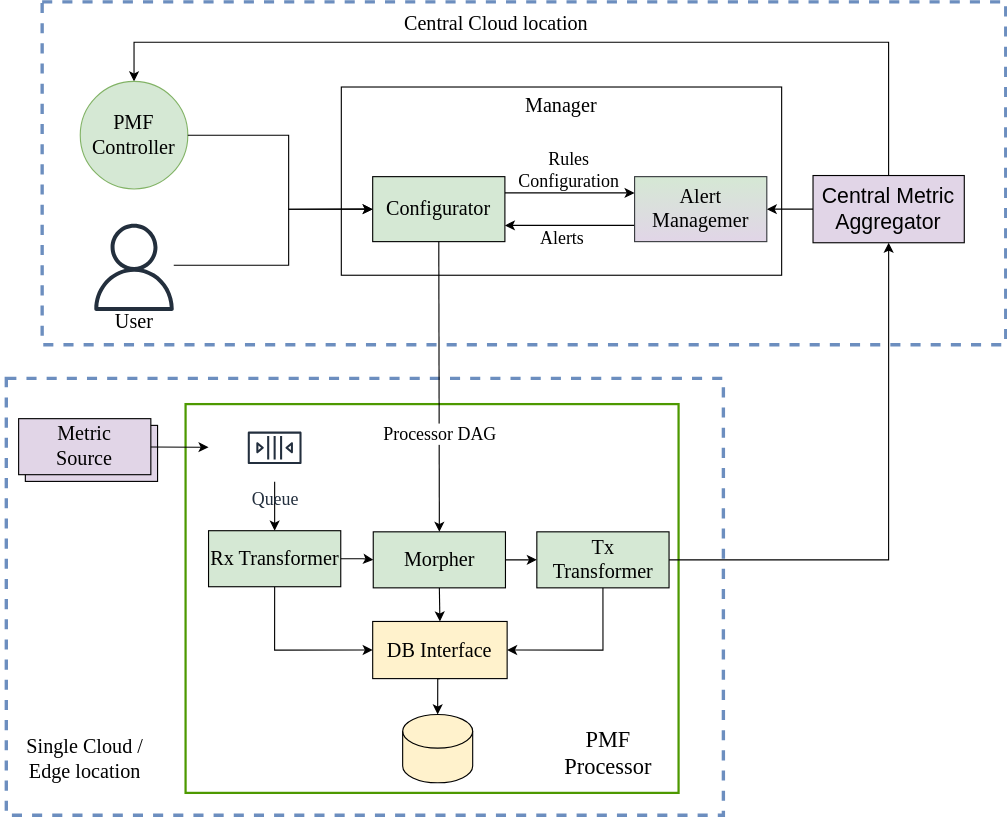
This is docs/images/architecture.svg from observ-vol-mgt/observ-vol-mgt, a draw.io export, as it was before one commit. Source tidied: cells renumbered, new cells last; positions are measured from the earlier drawing's top-left corner, leaving out a move shared by most shapes. The source it was exported from:
```xml
<mxGraphModel>
  <root>
    <mxCell id="0" />
    <mxCell id="1" parent="0" />
    <mxCell id="2" style="whiteSpace=wrap;html=1;dashed=1;fontFamily=Verdana;strokeColor=#6c8ebf;strokeWidth=3;fillColor=none;" parent="1" vertex="1">
      <mxGeometry x="37" width="860" height="306" as="geometry" />
    </mxCell>
    <mxCell id="3" style="whiteSpace=wrap;html=1;dashed=1;fontFamily=Verdana;strokeColor=#6c8ebf;strokeWidth=3;fillColor=none;" parent="1" vertex="1">
      <mxGeometry x="5" y="336" width="640" height="390" as="geometry" />
    </mxCell>
    <mxCell id="4" value="&lt;div style=&quot;font-size: 16px;&quot;&gt;Metric&lt;/div&gt;&lt;div style=&quot;font-size: 16px;&quot;&gt;Source&lt;br style=&quot;font-size: 16px;&quot;&gt;&lt;/div&gt;" style="rounded=0;whiteSpace=wrap;html=1;fillColor=#e1d5e7;strokeColor=#000000;fontSize=16;fontFamily=Verdana;" parent="1" vertex="1">
      <mxGeometry x="22" y="378" width="118" height="50" as="geometry" />
    </mxCell>
    <mxCell id="5" value="&lt;div style=&quot;font-size: 18px;&quot;&gt;Metric&lt;/div&gt;&lt;div style=&quot;font-size: 18px;&quot;&gt;Source&lt;br style=&quot;font-size: 18px;&quot;&gt;&lt;/div&gt;" style="rounded=0;whiteSpace=wrap;html=1;fillColor=#e1d5e7;strokeColor=#000000;fontSize=18;fontFamily=Verdana;" parent="1" vertex="1">
      <mxGeometry x="16" y="372" width="118" height="50" as="geometry" />
    </mxCell>
    <mxCell id="6" style="edgeStyle=orthogonalEdgeStyle;rounded=0;jettySize=auto;html=1;entryX=0.5;entryY=0;entryDx=0;entryDy=0;" parent="1" edge="1" source="7" target="22">
      <mxGeometry relative="1" as="geometry">
        <Array as="points">
          <mxPoint x="793" y="36" />
          <mxPoint x="119" y="36" />
        </Array>
      </mxGeometry>
    </mxCell>
    <mxCell id="7" value="&lt;div style=&quot;font-size: 19px;&quot;&gt;Central Metric&lt;/div&gt;&lt;div style=&quot;font-size: 19px;&quot;&gt;Aggregator&lt;/div&gt;" style="rounded=0;whiteSpace=wrap;html=1;align=center;fillColor=#e1d5e7;strokeColor=#000000;fontSize=19;" parent="1" vertex="1">
      <mxGeometry x="725" y="155" width="135" height="60" as="geometry" />
    </mxCell>
    <mxCell id="8" style="rounded=0;whiteSpace=wrap;html=1;fontSize=15;fontFamily=Verdana;strokeColor=#4D9900;strokeWidth=2;" parent="1" vertex="1">
      <mxGeometry x="165" y="359" width="440" height="347" as="geometry" />
    </mxCell>
    <mxCell id="9" style="edgeStyle=orthogonalEdgeStyle;rounded=0;jettySize=auto;html=1;entryX=0.5;entryY=0;entryDx=0;entryDy=0;fontSize=16;fontFamily=Verdana;" parent="1" edge="1" source="10" target="13">
      <mxGeometry relative="1" as="geometry" />
    </mxCell>
    <mxCell id="10" value="Queue" style="sketch=0;outlineConnect=0;fontColor=#232F3E;gradientColor=none;strokeColor=#232F3E;fillColor=#ffffff;dashed=0;verticalLabelPosition=bottom;verticalAlign=top;align=center;html=1;fontSize=16;fontStyle=0;shape=mxgraph.aws4.resourceIcon;resIcon=mxgraph.aws4.queue;fontFamily=Verdana;" parent="1" vertex="1">
      <mxGeometry x="214.5" y="368" width="60" height="60" as="geometry" />
    </mxCell>
    <mxCell id="11" style="edgeStyle=orthogonalEdgeStyle;rounded=0;jettySize=auto;html=1;exitX=0.5;exitY=1;exitDx=0;exitDy=0;entryX=0;entryY=0.5;entryDx=0;entryDy=0;fontSize=16;fontFamily=Verdana;" parent="1" edge="1" source="13" target="20">
      <mxGeometry relative="1" as="geometry" />
    </mxCell>
    <mxCell id="12" style="edgeStyle=orthogonalEdgeStyle;rounded=0;jettySize=auto;html=1;fontSize=16;fontFamily=Verdana;" parent="1" edge="1" source="13" target="17">
      <mxGeometry relative="1" as="geometry" />
    </mxCell>
    <mxCell id="13" value="&lt;div style=&quot;font-size: 18px;&quot;&gt;Rx Transformer&lt;/div&gt;" style="rounded=0;whiteSpace=wrap;html=1;fillColor=#d5e8d4;strokeColor=#000000;fontSize=18;fontFamily=Verdana;" parent="1" vertex="1">
      <mxGeometry x="185.5" y="472" width="118" height="50" as="geometry" />
    </mxCell>
    <mxCell id="14" style="rounded=0;jettySize=auto;html=1;exitX=1;exitY=0.5;exitDx=0;exitDy=0;entryX=0.5;entryY=1;entryDx=0;entryDy=0;fontSize=16;fontFamily=Verdana;edgeStyle=orthogonalEdgeStyle;" parent="1" edge="1" source="19" target="7">
      <mxGeometry relative="1" as="geometry" />
    </mxCell>
    <mxCell id="15" style="edgeStyle=orthogonalEdgeStyle;rounded=0;jettySize=auto;html=1;exitX=0.5;exitY=1;exitDx=0;exitDy=0;entryX=0.5;entryY=0;entryDx=0;entryDy=0;fontSize=16;fontFamily=Verdana;" parent="1" edge="1" source="17" target="20">
      <mxGeometry relative="1" as="geometry" />
    </mxCell>
    <mxCell id="16" style="edgeStyle=orthogonalEdgeStyle;rounded=0;jettySize=auto;html=1;fontSize=16;fontFamily=Verdana;" parent="1" edge="1" source="17" target="19">
      <mxGeometry relative="1" as="geometry" />
    </mxCell>
    <mxCell id="17" value="&lt;div style=&quot;font-size: 18px;&quot;&gt;Morpher&lt;br style=&quot;font-size: 18px;&quot;&gt;&lt;/div&gt;" style="rounded=0;whiteSpace=wrap;html=1;fillColor=#d5e8d4;strokeColor=#000000;fontSize=18;fontFamily=Verdana;" parent="1" vertex="1">
      <mxGeometry x="332.5" y="473" width="118" height="50" as="geometry" />
    </mxCell>
    <mxCell id="18" style="edgeStyle=orthogonalEdgeStyle;rounded=0;jettySize=auto;html=1;exitX=0.5;exitY=1;exitDx=0;exitDy=0;entryX=1;entryY=0.5;entryDx=0;entryDy=0;fontSize=16;fontFamily=Verdana;" parent="1" edge="1" source="19" target="20">
      <mxGeometry relative="1" as="geometry" />
    </mxCell>
    <mxCell id="19" value="Tx&lt;br&gt;Transformer" style="rounded=0;whiteSpace=wrap;html=1;fillColor=#d5e8d4;strokeColor=#000000;fontSize=18;fontFamily=Verdana;" parent="1" vertex="1">
      <mxGeometry x="478.5" y="473" width="118" height="50" as="geometry" />
    </mxCell>
    <mxCell id="20" value="&lt;div style=&quot;font-size: 18px;&quot;&gt;DB Interface&lt;br style=&quot;font-size: 18px;&quot;&gt;&lt;/div&gt;" style="rounded=0;whiteSpace=wrap;html=1;fillColor=#fff2cc;strokeColor=#000000;fontSize=18;fontFamily=Verdana;" parent="1" vertex="1">
      <mxGeometry x="332" y="553" width="120" height="51" as="geometry" />
    </mxCell>
    <mxCell id="21" style="shape=cylinder3;whiteSpace=wrap;html=1;boundedLbl=1;backgroundOutline=1;size=15;fillColor=#fff2cc;strokeColor=#000000;fontSize=15;fontFamily=Verdana;" parent="1" vertex="1">
      <mxGeometry x="358.8" y="636" width="62.5" height="61" as="geometry" />
    </mxCell>
    <mxCell id="22" value="&lt;div style=&quot;font-size: 18px;&quot;&gt;PMF&lt;/div&gt;&lt;div style=&quot;font-size: 18px;&quot;&gt;Controller&lt;br style=&quot;font-size: 18px;&quot;&gt;&lt;/div&gt;" style="ellipse;whiteSpace=wrap;html=1;fillColor=#d5e8d4;strokeColor=#82b366;fontSize=18;fontFamily=Verdana;" parent="1" vertex="1">
      <mxGeometry x="71" y="71" width="96" height="96" as="geometry" />
    </mxCell>
    <mxCell id="23" value="&lt;span style=&quot;font-size: 20px;&quot;&gt;&lt;font style=&quot;font-size: 20px;&quot;&gt;PMF&lt;br style=&quot;font-size: 20px;&quot;&gt;Processor&lt;br style=&quot;font-size: 20px;&quot;&gt;&lt;/font&gt;&lt;/span&gt;" style="text;html=1;align=center;verticalAlign=middle;strokeColor=none;fillColor=none;fontStyle=0;fontFamily=Verdana;fontSize=20;" parent="1" vertex="1">
      <mxGeometry x="482" y="640" width="120" height="60" as="geometry" />
    </mxCell>
    <mxCell id="24" value="&lt;div style=&quot;font-size: 18px;&quot;&gt;Single Cloud / &lt;br&gt;Edge&amp;nbsp;&lt;span style=&quot;background-color: initial;&quot;&gt;location&lt;/span&gt;&lt;/div&gt;" style="text;html=1;align=center;verticalAlign=middle;strokeColor=none;fillColor=none;fontSize=18;fontFamily=Verdana;" parent="1" vertex="1">
      <mxGeometry y="646" width="150" height="60" as="geometry" />
    </mxCell>
    <mxCell id="25" style="edgeStyle=orthogonalEdgeStyle;rounded=0;jettySize=auto;html=1;exitX=0.5;exitY=1;exitDx=0;exitDy=0;entryX=0.5;entryY=0;entryDx=0;entryDy=0;entryPerimeter=0;" parent="1" edge="1" source="20" target="21">
      <mxGeometry relative="1" as="geometry" />
    </mxCell>
    <mxCell id="26" value="&lt;font style=&quot;font-size: 18px;&quot;&gt;Manager&lt;/font&gt;" style="rounded=0;whiteSpace=wrap;html=1;fontSize=18;fontFamily=Verdana;verticalAlign=top;" parent="1" vertex="1">
      <mxGeometry x="304" y="76" width="393" height="168" as="geometry" />
    </mxCell>
    <mxCell id="27" style="edgeStyle=orthogonalEdgeStyle;rounded=0;jettySize=auto;html=1;entryX=0;entryY=0.25;entryDx=0;entryDy=0;exitX=1;exitY=0.25;exitDx=0;exitDy=0;" parent="1" edge="1" source="28" target="31">
      <mxGeometry relative="1" as="geometry" />
    </mxCell>
    <mxCell id="28" value="&lt;div style=&quot;font-size: 18px;&quot;&gt;Configurator&lt;br style=&quot;font-size: 18px;&quot;&gt;&lt;/div&gt;" style="rounded=0;whiteSpace=wrap;html=1;fillColor=#d5e8d4;strokeColor=#000000;fontSize=18;fontFamily=Verdana;" parent="1" vertex="1">
      <mxGeometry x="332" y="156" width="118" height="58" as="geometry" />
    </mxCell>
    <mxCell id="29" style="edgeStyle=orthogonalEdgeStyle;rounded=0;jettySize=auto;html=1;exitX=0;exitY=0.75;exitDx=0;exitDy=0;entryX=1;entryY=0.75;entryDx=0;entryDy=0;" parent="1" edge="1" source="31" target="28">
      <mxGeometry relative="1" as="geometry" />
    </mxCell>
    <mxCell id="30" style="rounded=0;jettySize=auto;html=1;exitX=1;exitY=0.5;exitDx=0;exitDy=0;entryX=0;entryY=0.5;entryDx=0;entryDy=0;startArrow=classic;startFill=1;endArrow=none;endFill=0;" parent="1" edge="1" source="31" target="7">
      <mxGeometry relative="1" as="geometry" />
    </mxCell>
    <mxCell id="31" value="&lt;div style=&quot;font-size: 18px;&quot;&gt;Alert Managemer&lt;br style=&quot;font-size: 18px;&quot;&gt;&lt;/div&gt;" style="rounded=0;whiteSpace=wrap;html=1;fillColor=#d5e8d4;strokeColor=#36393d;fontSize=18;fontFamily=Verdana;gradientColor=#e1d5e7;" parent="1" vertex="1">
      <mxGeometry x="565.8" y="156" width="118" height="58" as="geometry" />
    </mxCell>
    <mxCell id="32" style="group;" parent="1" vertex="1">
      <mxGeometry x="80" y="198" width="78" height="108" as="geometry" />
    </mxCell>
    <mxCell id="33" style="sketch=0;outlineConnect=0;fontColor=#232F3E;gradientColor=none;fillColor=#232F3D;strokeColor=none;dashed=0;verticalLabelPosition=bottom;verticalAlign=top;align=center;html=1;fontSize=16;fontStyle=0;shape=mxgraph.aws4.user;" parent="32" vertex="1">
      <mxGeometry width="78" height="78" as="geometry" />
    </mxCell>
    <mxCell id="34" value="&lt;font face=&quot;Verdana&quot; style=&quot;font-size: 18px;&quot;&gt;User&lt;/font&gt;" style="text;html=1;align=center;verticalAlign=middle;strokeColor=none;fillColor=none;" parent="32" vertex="1">
      <mxGeometry x="9" y="68" width="60" height="40" as="geometry" />
    </mxCell>
    <mxCell id="35" style="rounded=0;jettySize=auto;html=1;entryX=0;entryY=0.25;entryDx=0;entryDy=0;" parent="1" edge="1" source="5">
      <mxGeometry relative="1" as="geometry">
        <mxPoint x="185.5" y="397.5" as="targetPoint" />
      </mxGeometry>
    </mxCell>
    <mxCell id="36" value="Processor DAG" style="rounded=0;jettySize=auto;html=1;exitX=0.5;exitY=1;exitDx=0;exitDy=0;entryX=0.5;entryY=0;entryDx=0;entryDy=0;fontSize=16;fontFamily=Verdana;" parent="1" edge="1" source="28" target="17">
      <mxGeometry x="0.33" y="1" relative="1" as="geometry" />
    </mxCell>
    <mxCell id="37" value="&lt;font style=&quot;font-size: 16px;&quot;&gt;Rules&lt;br style=&quot;font-size: 16px;&quot;&gt;Configuration&lt;/font&gt;" style="text;html=1;align=center;verticalAlign=middle;strokeColor=none;fillColor=none;fontSize=16;fontFamily=Verdana;" parent="1" vertex="1">
      <mxGeometry x="441.8" y="125" width="130" height="50" as="geometry" />
    </mxCell>
    <mxCell id="38" value="Alerts" style="text;html=1;align=center;verticalAlign=middle;strokeColor=none;fillColor=none;fontSize=16;fontFamily=Verdana;" parent="1" vertex="1">
      <mxGeometry x="465.5" y="196" width="70" height="30" as="geometry" />
    </mxCell>
    <mxCell id="39" style="edgeStyle=orthogonalEdgeStyle;rounded=0;jettySize=auto;html=1;entryX=0;entryY=0.5;entryDx=0;entryDy=0;" parent="1" edge="1" source="22" target="28">
      <mxGeometry relative="1" as="geometry">
        <Array as="points">
          <mxPoint x="257" y="119" />
          <mxPoint x="257" y="185" />
        </Array>
      </mxGeometry>
    </mxCell>
    <mxCell id="40" style="edgeStyle=orthogonalEdgeStyle;rounded=0;jettySize=auto;html=1;entryX=0;entryY=0.5;entryDx=0;entryDy=0;" parent="1" edge="1" source="33" target="28">
      <mxGeometry relative="1" as="geometry">
        <Array as="points">
          <mxPoint x="257" y="235" />
          <mxPoint x="257" y="185" />
        </Array>
      </mxGeometry>
    </mxCell>
    <mxCell id="41" value="&lt;div style=&quot;font-size: 18px;&quot;&gt;Central Cloud&amp;nbsp;&lt;span style=&quot;background-color: initial;&quot;&gt;location&lt;/span&gt;&lt;/div&gt;" style="text;html=1;align=center;verticalAlign=middle;strokeColor=none;fillColor=none;fontSize=18;fontFamily=Verdana;" parent="1" vertex="1">
      <mxGeometry x="332" width="220" height="40" as="geometry" />
    </mxCell>
  </root>
</mxGraphModel>
```
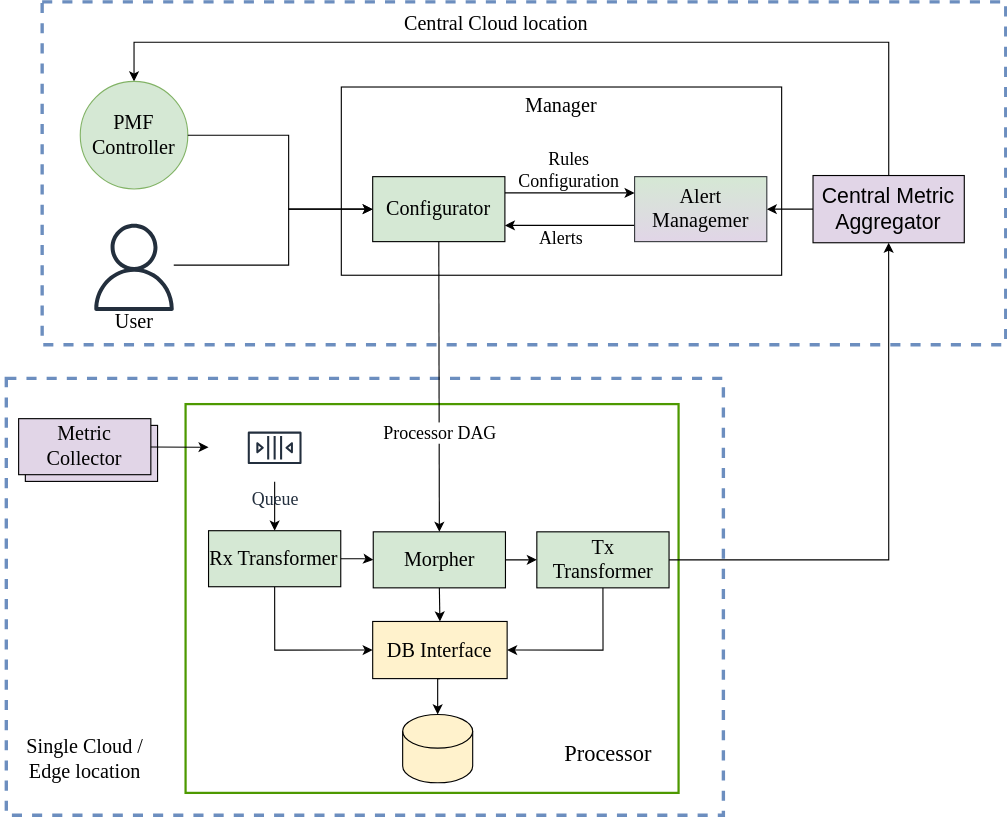
Above is the later version.

Commit message:
remove PMF from diagram

What changed in the source:
```diff
@@ -11,7 +11,7 @@
     <mxCell id="4" value="&lt;div style=&quot;font-size: 16px;&quot;&gt;Metric&lt;/div&gt;&lt;div style=&quot;font-size: 16px;&quot;&gt;Source&lt;br style=&quot;font-size: 16px;&quot;&gt;&lt;/div&gt;" style="rounded=0;whiteSpace=wrap;html=1;fillColor=#e1d5e7;strokeColor=#000000;fontSize=16;fontFamily=Verdana;" parent="1" vertex="1">
       <mxGeometry x="22" y="378" width="118" height="50" as="geometry" />
     </mxCell>
-    <mxCell id="5" value="&lt;div style=&quot;font-size: 18px;&quot;&gt;Metric&lt;/div&gt;&lt;div style=&quot;font-size: 18px;&quot;&gt;Source&lt;br style=&quot;font-size: 18px;&quot;&gt;&lt;/div&gt;" style="rounded=0;whiteSpace=wrap;html=1;fillColor=#e1d5e7;strokeColor=#000000;fontSize=18;fontFamily=Verdana;" parent="1" vertex="1">
+    <mxCell id="5" value="&lt;div style=&quot;font-size: 18px;&quot;&gt;Metric&lt;/div&gt;&lt;div style=&quot;font-size: 18px;&quot;&gt;Collector&lt;/div&gt;" style="rounded=0;whiteSpace=wrap;html=1;fillColor=#e1d5e7;strokeColor=#000000;fontSize=18;fontFamily=Verdana;" parent="1" vertex="1">
       <mxGeometry x="16" y="372" width="118" height="50" as="geometry" />
     </mxCell>
     <mxCell id="6" style="edgeStyle=orthogonalEdgeStyle;rounded=0;jettySize=auto;html=1;entryX=0.5;entryY=0;entryDx=0;entryDy=0;" parent="1" edge="1" source="7" target="22">
@@ -70,8 +70,8 @@
     <mxCell id="22" value="&lt;div style=&quot;font-size: 18px;&quot;&gt;PMF&lt;/div&gt;&lt;div style=&quot;font-size: 18px;&quot;&gt;Controller&lt;br style=&quot;font-size: 18px;&quot;&gt;&lt;/div&gt;" style="ellipse;whiteSpace=wrap;html=1;fillColor=#d5e8d4;strokeColor=#82b366;fontSize=18;fontFamily=Verdana;" parent="1" vertex="1">
       <mxGeometry x="71" y="71" width="96" height="96" as="geometry" />
     </mxCell>
-    <mxCell id="23" value="&lt;span style=&quot;font-size: 20px;&quot;&gt;&lt;font style=&quot;font-size: 20px;&quot;&gt;PMF&lt;br style=&quot;font-size: 20px;&quot;&gt;Processor&lt;br style=&quot;font-size: 20px;&quot;&gt;&lt;/font&gt;&lt;/span&gt;" style="text;html=1;align=center;verticalAlign=middle;strokeColor=none;fillColor=none;fontStyle=0;fontFamily=Verdana;fontSize=20;" parent="1" vertex="1">
-      <mxGeometry x="482" y="640" width="120" height="60" as="geometry" />
+    <mxCell id="23" value="&lt;span style=&quot;font-size: 20px;&quot;&gt;&lt;font style=&quot;font-size: 20px;&quot;&gt;Processor&lt;br style=&quot;font-size: 20px;&quot;&gt;&lt;/font&gt;&lt;/span&gt;" style="text;html=1;align=center;verticalAlign=middle;strokeColor=none;fillColor=none;fontStyle=0;fontFamily=Verdana;fontSize=20;" parent="1" vertex="1">
+      <mxGeometry x="482" y="650" width="120" height="40" as="geometry" />
     </mxCell>
     <mxCell id="24" value="&lt;div style=&quot;font-size: 18px;&quot;&gt;Single Cloud / &lt;br&gt;Edge&amp;nbsp;&lt;span style=&quot;background-color: initial;&quot;&gt;location&lt;/span&gt;&lt;/div&gt;" style="text;html=1;align=center;verticalAlign=middle;strokeColor=none;fillColor=none;fontSize=18;fontFamily=Verdana;" parent="1" vertex="1">
       <mxGeometry y="646" width="150" height="60" as="geometry" />
```
